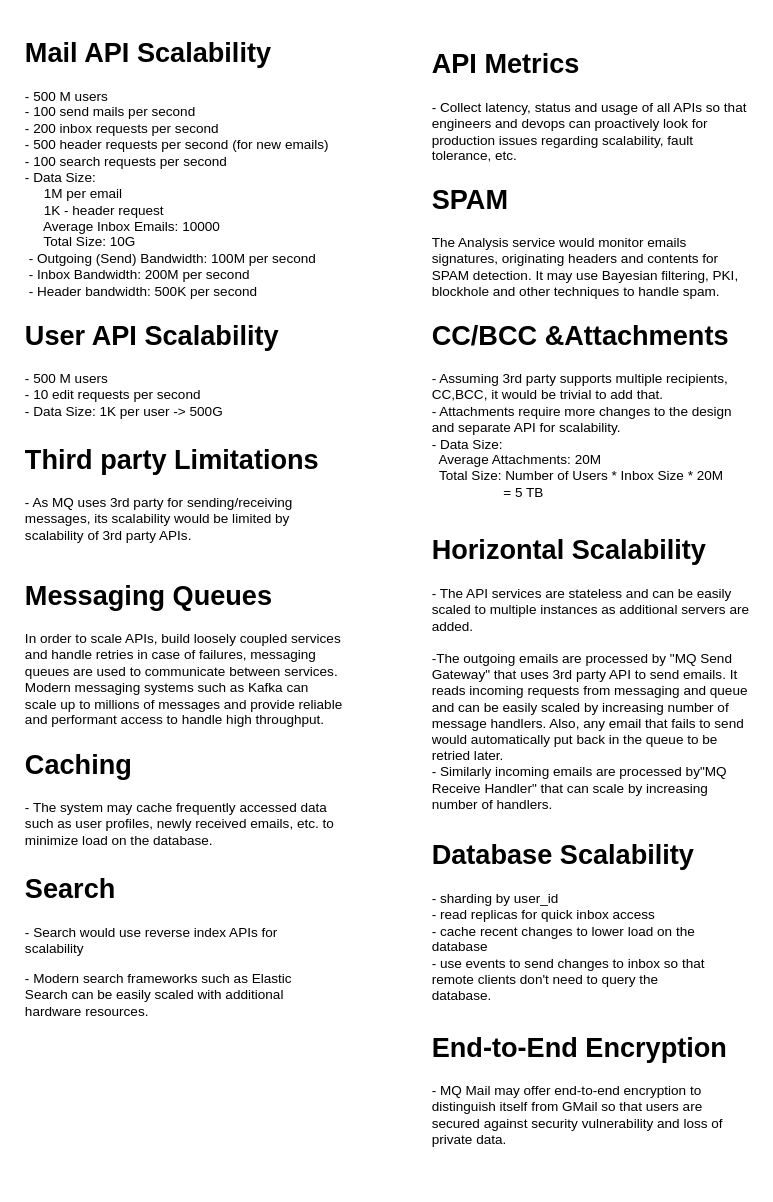
Before: page "Scalability" (4 of 4) of MQ Mail.drawio in bhatti/Aeron, a draw.io diagram. Source tidied: cells renumbered, new cells numbered last; positions are measured from the earlier drawing's top-left corner, leaving out a move shared by most shapes. Both pictures are drawn from the tidied source at 113%, with x=0, y=0 at pixel (19, 31).
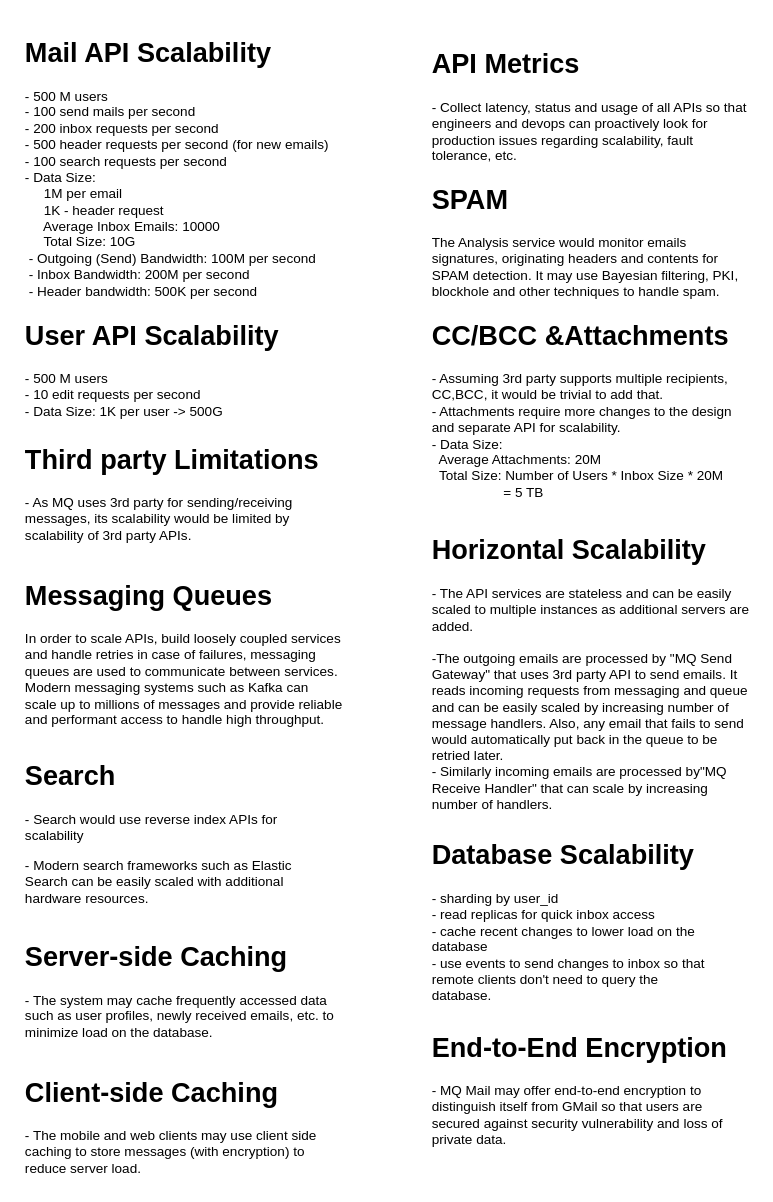
After the change.

Diff of the diagram source:
```diff
@@
 <mxGraphModel>
   <root>
     <mxCell id="0" />
     <mxCell id="1" parent="0" />
     <mxCell id="2" value="&lt;h1&gt;Third party Limitations&lt;br&gt;&lt;/h1&gt;- As MQ uses 3rd party for sending/receiving messages, its scalability would be limited by scalability of 3rd party APIs." style="text;html=1;strokeColor=none;fillColor=none;spacing=5;spacingTop=-20;whiteSpace=wrap;overflow=hidden;rounded=0;" parent="1" vertex="1">
       <mxGeometry y="360" width="290" height="110" as="geometry" />
     </mxCell>
     <mxCell id="3" value="&lt;h1&gt;Messaging Queues&lt;br&gt;&lt;/h1&gt;In order to scale APIs, build loosely coupled services and handle retries in case of failures, messaging queues are used to communicate between services. Modern messaging systems such as Kafka can scale up to millions of messages and provide reliable and performant access to handle high throughput." style="text;html=1;strokeColor=none;fillColor=none;spacing=5;spacingTop=-20;whiteSpace=wrap;overflow=hidden;rounded=0;" parent="1" vertex="1">
       <mxGeometry y="480" width="290" height="140" as="geometry" />
     </mxCell>
     <mxCell id="4" value="&lt;h1&gt;SPAM&lt;br&gt;&lt;/h1&gt;The Analysis service would monitor emails signatures, originating headers and contents for SPAM detection. It may use Bayesian filtering, PKI, blockhole and other techniques to handle spam." style="text;html=1;strokeColor=none;fillColor=none;spacing=5;spacingTop=-20;whiteSpace=wrap;overflow=hidden;rounded=0;" parent="1" vertex="1">
       <mxGeometry x="360" y="130" width="290" height="120" as="geometry" />
     </mxCell>
     <mxCell id="5" value="&lt;h1&gt;Mail API Scalability&lt;br&gt;&lt;/h1&gt;&lt;div&gt;- 500 M users&lt;/div&gt;&lt;div&gt;- 100 send mails per second&lt;/div&gt;&lt;div&gt;- 200 inbox requests per second&lt;br&gt;&lt;/div&gt;&lt;div&gt;- 500 header requests per second (for new emails)&lt;/div&gt;&lt;div&gt;- 100 search requests per second&lt;/div&gt;&lt;div&gt;- Data Size: &lt;br&gt;&amp;nbsp;&amp;nbsp;&amp;nbsp;&amp;nbsp; 1M per email&lt;br&gt;&amp;nbsp;&amp;nbsp;&amp;nbsp;&amp;nbsp; 1K - header request&lt;br&gt;&amp;nbsp;&amp;nbsp;&amp;nbsp;&amp;nbsp; Average Inbox Emails: 10000&lt;br&gt;&amp;nbsp;&amp;nbsp;&amp;nbsp;&amp;nbsp; Total Size: 10G&lt;br&gt;&amp;nbsp;- Outgoing (Send) Bandwidth: 100M per second&lt;br&gt;&amp;nbsp;- Inbox Bandwidth: 200M per second&lt;br&gt;&amp;nbsp;- Header bandwidth: 500K per second&lt;br&gt;&lt;br&gt;&lt;/div&gt;" style="text;html=1;strokeColor=none;fillColor=none;spacing=5;spacingTop=-20;whiteSpace=wrap;overflow=hidden;rounded=0;" parent="1" vertex="1">
       <mxGeometry width="290" height="260" as="geometry" />
     </mxCell>
     <mxCell id="6" value="&lt;h1&gt;User API Scalability&lt;br&gt;&lt;/h1&gt;&lt;div&gt;- 500 M users&lt;/div&gt;&lt;div&gt;- 10 edit requests per second&lt;/div&gt;&lt;div&gt;- Data Size: 1K per user -&amp;gt; 500G&lt;br&gt;&lt;/div&gt;&amp;nbsp; " style="text;html=1;strokeColor=none;fillColor=none;spacing=5;spacingTop=-20;whiteSpace=wrap;overflow=hidden;rounded=0;" parent="1" vertex="1">
       <mxGeometry y="250" width="290" height="110" as="geometry" />
     </mxCell>
     <mxCell id="7" value="&lt;h1&gt;CC/BCC &amp;amp;Attachments&lt;br&gt;&lt;/h1&gt;- Assuming 3rd party supports multiple recipients, CC,BCC, it would be trivial to add that.&lt;br&gt;- Attachments require more changes to the design and separate API for scalability.&lt;br&gt;- Data Size: &lt;br&gt;&amp;nbsp; Average Attachments: 20M&lt;br&gt;&amp;nbsp; Total Size: Number of Users * Inbox Size * 20M&lt;br&gt;&amp;nbsp;&amp;nbsp;&amp;nbsp;&amp;nbsp;&amp;nbsp;&amp;nbsp;&amp;nbsp;&amp;nbsp;&amp;nbsp;&amp;nbsp;&amp;nbsp;&amp;nbsp;&amp;nbsp;&amp;nbsp;&amp;nbsp;&amp;nbsp;&amp;nbsp;&amp;nbsp; = 5 TB" style="text;html=1;strokeColor=none;fillColor=none;spacing=5;spacingTop=-20;whiteSpace=wrap;overflow=hidden;rounded=0;" parent="1" vertex="1">
       <mxGeometry x="360" y="250" width="290" height="180" as="geometry" />
     </mxCell>
     <mxCell id="8" value="&lt;h1&gt;API Metrics&lt;br&gt;&lt;/h1&gt;- Collect latency, status and usage of all APIs so that engineers and devops can proactively look for production issues regarding scalability, fault tolerance, etc." style="text;html=1;strokeColor=none;fillColor=none;spacing=5;spacingTop=-20;whiteSpace=wrap;overflow=hidden;rounded=0;" parent="1" vertex="1">
       <mxGeometry x="360" y="10" width="290" height="110" as="geometry" />
     </mxCell>
     <mxCell id="9" value="&lt;h1&gt;Horizontal Scalability&lt;br&gt;&lt;/h1&gt;&lt;div&gt;- The API services are stateless and can be easily scaled to multiple instances as additional servers are added.&lt;/div&gt;&lt;div&gt;&lt;br&gt;&lt;/div&gt;-The outgoing emails are processed by &quot;MQ Send Gateway&quot; that uses 3rd party API to send emails. It reads incoming requests from messaging and queue and can be easily scaled by increasing number of message handlers. Also, any email that fails to send would automatically put back in the queue to be retried later.&lt;br&gt;- Similarly incoming emails are processed by&quot;MQ Receive Handler&quot; that can scale by increasing number of handlers." style="text;html=1;strokeColor=none;fillColor=none;spacing=5;spacingTop=-20;whiteSpace=wrap;overflow=hidden;rounded=0;" parent="1" vertex="1">
       <mxGeometry x="360" y="440" width="290" height="260" as="geometry" />
     </mxCell>
-    <mxCell id="10" value="&lt;h1&gt;Caching&lt;br&gt;&lt;/h1&gt;- The system may cache frequently accessed data such as user profiles, newly received emails, etc. to minimize load on the database." style="text;html=1;strokeColor=none;fillColor=none;spacing=5;spacingTop=-20;whiteSpace=wrap;overflow=hidden;rounded=0;" parent="1" vertex="1">
-      <mxGeometry y="630" width="290" height="110" as="geometry" />
+    <mxCell id="10" value="&lt;h1&gt;Server-side Caching&lt;br&gt;&lt;/h1&gt;- The system may cache frequently accessed data such as user profiles, newly received emails, etc. to minimize load on the database." style="text;html=1;strokeColor=none;fillColor=none;spacing=5;spacingTop=-20;whiteSpace=wrap;overflow=hidden;rounded=0;" parent="1" vertex="1">
+      <mxGeometry y="800" width="290" height="110" as="geometry" />
     </mxCell>
     <mxCell id="11" value="&lt;h1&gt;End-to-End Encryption&lt;br&gt;&lt;/h1&gt;- MQ Mail may offer end-to-end encryption to distinguish itself from GMail so that users are secured against security vulnerability and loss of private data." style="text;html=1;strokeColor=none;fillColor=none;spacing=5;spacingTop=-20;whiteSpace=wrap;overflow=hidden;rounded=0;" parent="1" vertex="1">
       <mxGeometry x="360" y="880" width="290" height="110" as="geometry" />
     </mxCell>
     <mxCell id="12" value="&lt;h1&gt;Database Scalability&lt;br&gt;&lt;/h1&gt;&lt;p&gt;- sharding by user_id&lt;br&gt;- read replicas for quick inbox access&lt;br&gt;- cache recent changes to lower load on the database&lt;br&gt;- use events to send changes to inbox so that remote clients don't need to query the database.&lt;br&gt;&lt;/p&gt;" style="text;html=1;strokeColor=none;fillColor=none;spacing=5;spacingTop=-20;whiteSpace=wrap;overflow=hidden;rounded=0;" parent="1" vertex="1">
       <mxGeometry x="360" y="710" width="260" height="160" as="geometry" />
     </mxCell>
     <mxCell id="13" value="&lt;h1&gt;Search&lt;br&gt;&lt;/h1&gt;&lt;p&gt;- Search would use reverse index APIs for scalability&lt;/p&gt;&lt;p&gt;- Modern search frameworks such as Elastic Search can be easily scaled with additional hardware resources.&lt;br&gt;&lt;/p&gt;" style="text;html=1;strokeColor=none;fillColor=none;spacing=5;spacingTop=-20;whiteSpace=wrap;overflow=hidden;rounded=0;" parent="1" vertex="1">
-      <mxGeometry y="740" width="260" height="150" as="geometry" />
+      <mxGeometry y="640" width="260" height="150" as="geometry" />
     </mxCell>
+    <mxCell id="14" value="&lt;h1&gt;Client-side Caching&lt;br&gt;&lt;/h1&gt;- The mobile and web clients may use client side caching to store messages (with encryption) to reduce server load." style="text;html=1;strokeColor=none;fillColor=none;spacing=5;spacingTop=-20;whiteSpace=wrap;overflow=hidden;rounded=0;" parent="1" vertex="1">
+      <mxGeometry y="920" width="290" height="100" as="geometry" />
+    </mxCell>
   </root>
 </mxGraphModel>
```
